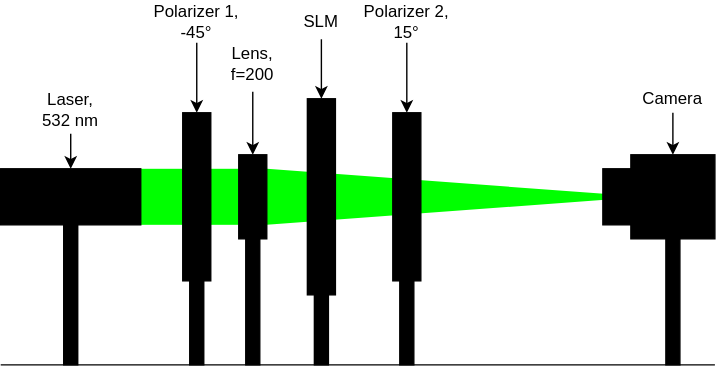
This is documentation/images/setup_2.svg from nbaehler/mask-designer, a draw.io export, as it was before one commit. Source tidied: cells renumbered, new cells last; positions are measured from the earlier drawing's top-left corner, leaving out a move shared by most shapes.
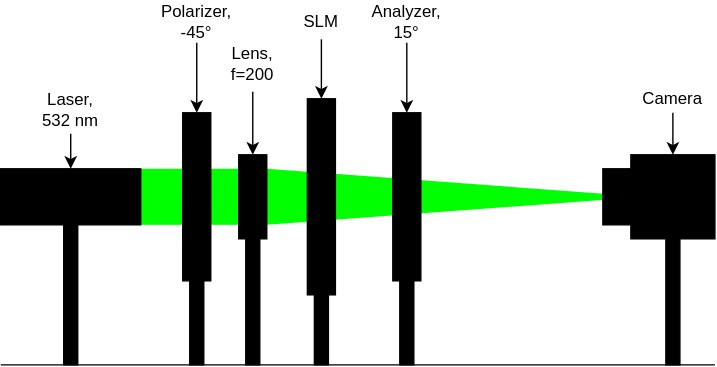
Above is the later version.

Diff of the diagram source:
```diff
@@ -38,7 +38,7 @@
     <mxCell id="12" style="edgeStyle=none;html=1;" parent="1" edge="1" source="13" target="22">
       <mxGeometry relative="1" as="geometry" />
     </mxCell>
-    <mxCell id="13" value="Polarizer 1,&lt;br&gt;-45°" style="text;html=1;strokeColor=none;fillColor=none;align=center;verticalAlign=middle;whiteSpace=wrap;rounded=0;" parent="1" vertex="1">
+    <mxCell id="13" value="Polarizer,&lt;br&gt;-45°" style="text;html=1;strokeColor=none;fillColor=none;align=center;verticalAlign=middle;whiteSpace=wrap;rounded=0;" parent="1" vertex="1">
       <mxGeometry x="108" width="64" height="30" as="geometry" />
     </mxCell>
     <mxCell id="14" style="edgeStyle=orthogonalEdgeStyle;rounded=0;jettySize=auto;html=1;exitX=0.5;exitY=1;exitDx=0;exitDy=0;entryX=0.5;entryY=0;entryDx=0;entryDy=0;" parent="1" edge="1" source="15" target="28">
@@ -62,7 +62,7 @@
     <mxCell id="20" style="edgeStyle=none;html=1;" parent="1" edge="1" source="21" target="23">
       <mxGeometry relative="1" as="geometry" />
     </mxCell>
-    <mxCell id="21" value="Polarizer 2,&lt;br&gt;15°" style="text;html=1;strokeColor=none;fillColor=none;align=center;verticalAlign=middle;whiteSpace=wrap;rounded=0;" parent="1" vertex="1">
+    <mxCell id="21" value="Analyzer,&lt;br&gt;15°" style="text;html=1;strokeColor=none;fillColor=none;align=center;verticalAlign=middle;whiteSpace=wrap;rounded=0;" parent="1" vertex="1">
       <mxGeometry x="258" width="64" height="30" as="geometry" />
     </mxCell>
     <mxCell id="22" style="rounded=0;whiteSpace=wrap;html=1;fillColor=#000000;" parent="1" vertex="1">
```
